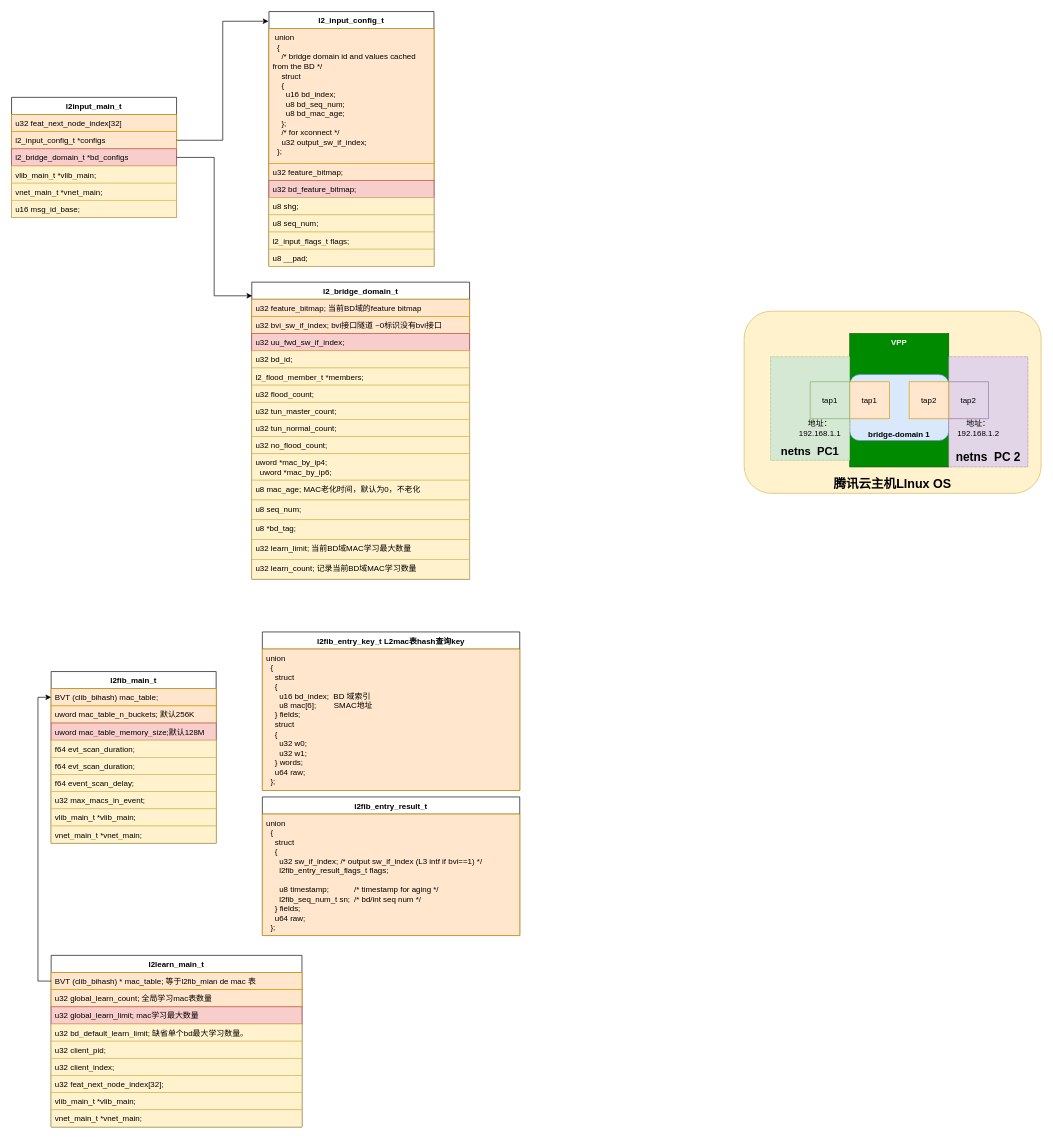
Earlier version of the draw.io diagram new_map/vnet_l2.drawio (jin13417/dpdk-vpp-learning). Source tidied: cells renumbered, new cells numbered last; positions are measured from the earlier drawing's top-left corner, leaving out a move shared by most shapes. Both pictures are drawn from the tidied source at 66%, with x=0, y=0 at pixel (11, 11).
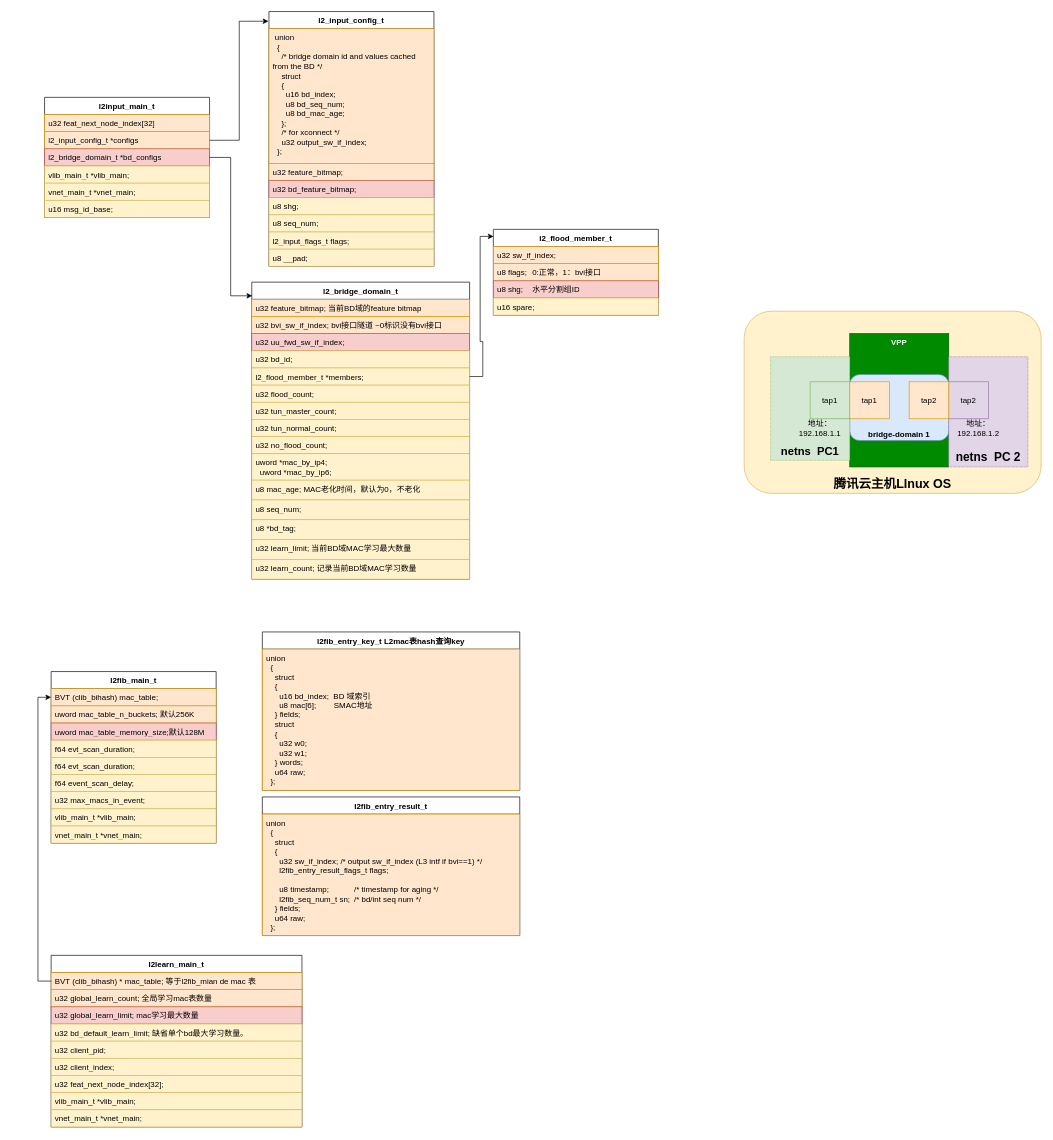
The same diagram, later.

The change refers to these unchanged cells:
```xml
<mxCell id="27" value="l2_flood_member_t *members;" style="text;strokeColor=#d6b656;fillColor=#fff2cc;align=left;verticalAlign=top;spacingLeft=4;spacingRight=4;overflow=hidden;points=[[0,0.5],[1,0.5]];portConstraint=eastwest;whiteSpace=wrap;html=1;" parent="22" vertex="1">
  <mxGeometry y="130" width="330" height="26" as="geometry" />
</mxCell>
```

What changed in the source:
```diff
@@
     <mxCell id="7" value="l2input_main_t" style="swimlane;fontStyle=1;align=center;verticalAlign=top;horizontal=1;startSize=26;whiteSpace=wrap;html=1;" parent="1" vertex="1">
-      <mxGeometry y="130" width="250" height="182" as="geometry" />
+      <mxGeometry x="50" y="130" width="250" height="182" as="geometry" />
     </mxCell>
@@
+    <mxCell id="71" value="l2_flood_member_t" style="swimlane;fontStyle=1;align=center;verticalAlign=top;horizontal=1;startSize=26;whiteSpace=wrap;html=1;" parent="1" vertex="1">
+      <mxGeometry x="730" y="330" width="250" height="130" as="geometry" />
+    </mxCell>
+    <mxCell id="72" value="u32 sw_if_index;" style="text;strokeColor=#d79b00;fillColor=#ffe6cc;align=left;verticalAlign=top;spacingLeft=4;spacingRight=4;overflow=hidden;whiteSpace=wrap;html=1;" parent="71" vertex="1">
+      <mxGeometry y="26" width="250" height="26" as="geometry" />
+    </mxCell>
+    <mxCell id="73" value="u8 flags;&lt;span style=&quot;white-space:pre&quot;&gt;&#9;&lt;/span&gt;0:正常，1：bvi接口" style="text;strokeColor=#d79b00;fillColor=#ffe6cc;align=left;verticalAlign=top;spacingLeft=4;spacingRight=4;overflow=hidden;whiteSpace=wrap;html=1;" parent="71" vertex="1">
+      <mxGeometry y="52" width="250" height="26" as="geometry" />
+    </mxCell>
+    <mxCell id="74" value="u8 shg;&lt;span style=&quot;white-space:pre&quot;&gt;&#9;&lt;/span&gt;水平分割组ID" style="text;strokeColor=#b85450;fillColor=#f8cecc;align=left;verticalAlign=top;spacingLeft=4;spacingRight=4;overflow=hidden;whiteSpace=wrap;html=1;" parent="71" vertex="1">
+      <mxGeometry y="78" width="250" height="26" as="geometry" />
+    </mxCell>
+    <mxCell id="75" value="u16 spare;" style="text;strokeColor=#d6b656;fillColor=#fff2cc;align=left;verticalAlign=top;spacingLeft=4;spacingRight=4;overflow=hidden;whiteSpace=wrap;html=1;" parent="71" vertex="1">
+      <mxGeometry y="104" width="250" height="26" as="geometry" />
+    </mxCell>
+    <mxCell id="76" style="edgeStyle=orthogonalEdgeStyle;rounded=0;jettySize=auto;html=1;exitX=1;exitY=0.5;exitDx=0;exitDy=0;entryX=0.001;entryY=0.082;entryDx=0;entryDy=0;entryPerimeter=0;" parent="1" edge="1" source="27" target="71">
+      <mxGeometry relative="1" as="geometry" />
+    </mxCell>
```
